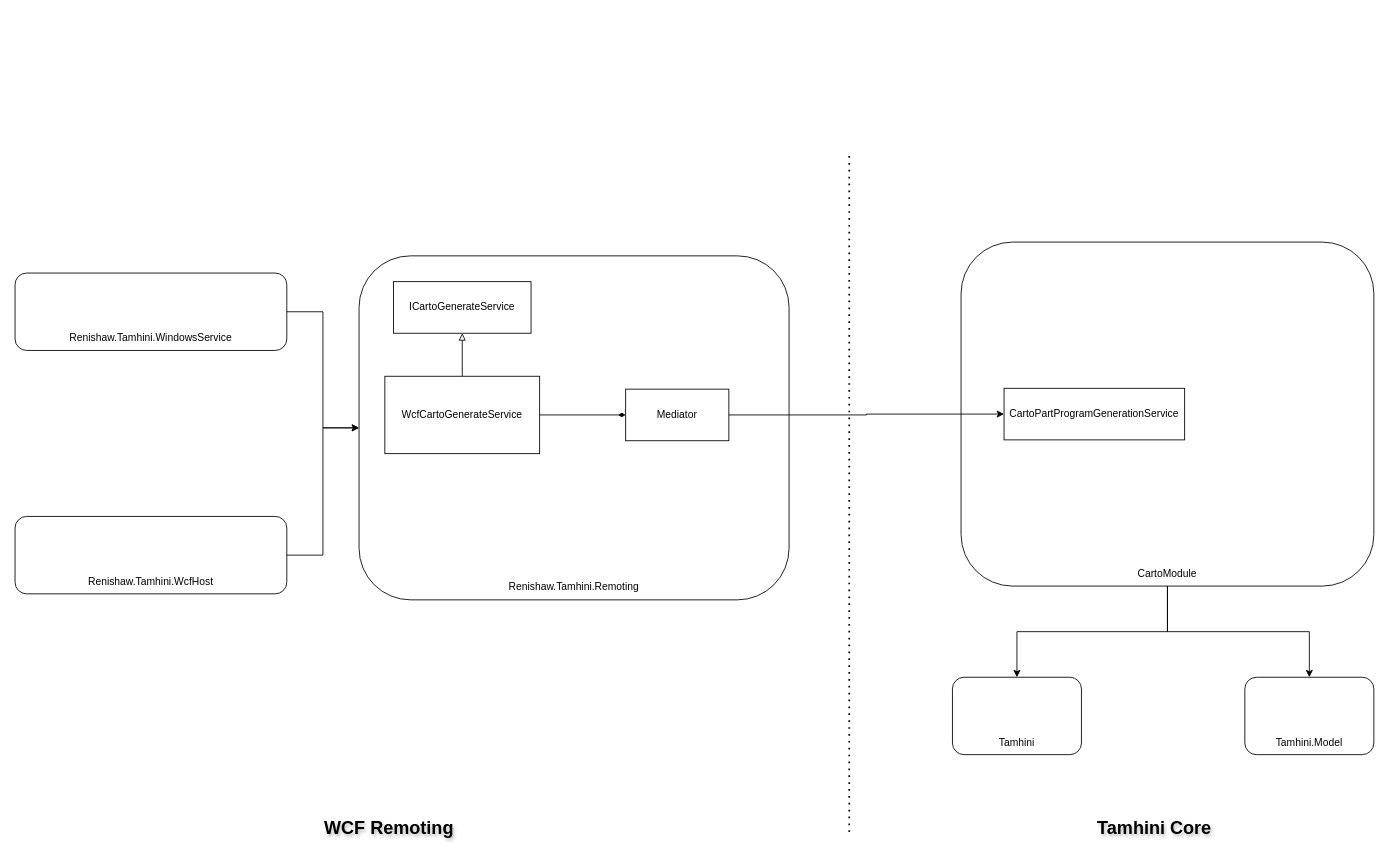
This is Tamhini/Tamhini Design.drawio from AmolSJawalkar/DrawIO, a draw.io file, before an edit. Source tidied: cells renumbered, new cells numbered last; positions are measured from the earlier drawing's top-left corner, leaving out a move shared by most shapes. Both pictures are drawn from the tidied source at 86%, with x=0, y=0 at pixel (15, 152).
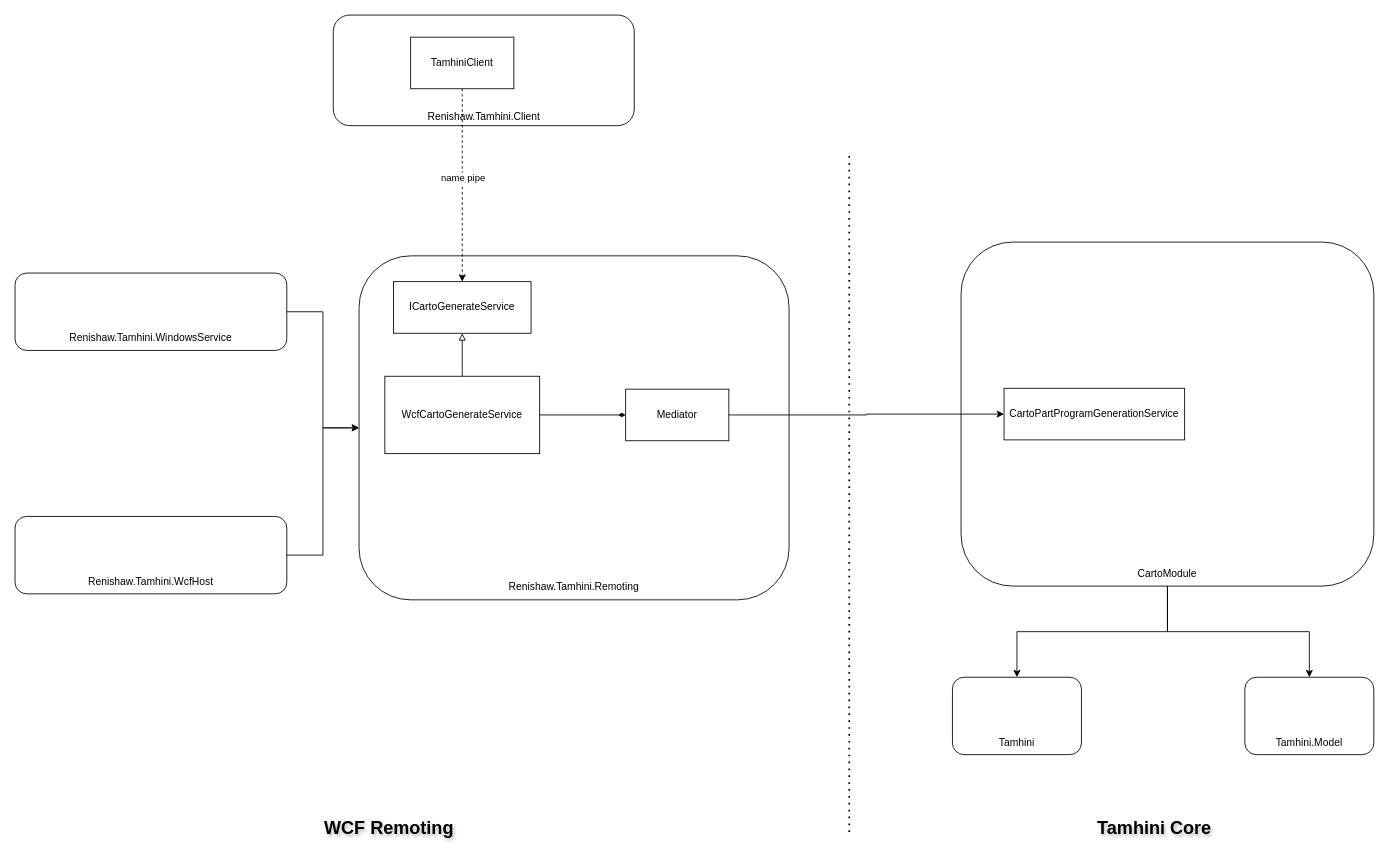
The same diagram, later.

Unchanged cells that the change refers to:
```xml
<mxCell id="5" value="ICartoGenerateService" style="rounded=0;whiteSpace=wrap;html=1;" parent="2" vertex="1">
  <mxGeometry x="40" y="30" width="160" height="60" as="geometry" />
</mxCell>
```

What changed in the source:
```diff
@@
+    <mxCell id="34" style="group;" parent="1" vertex="1">
+      <mxGeometry x="370" y="-160" width="350" height="150" as="geometry" />
+    </mxCell>
+    <mxCell id="35" style="rounded=1;whiteSpace=wrap;html=1;" parent="34" vertex="1">
+      <mxGeometry width="350" height="128.6" as="geometry" />
+    </mxCell>
+    <mxCell id="36" value="Renishaw.Tamhini.Client" style="text;html=1;align=center;verticalAlign=middle;whiteSpace=wrap;rounded=0;" parent="34" vertex="1">
+      <mxGeometry x="116.7" y="85.7" width="116.7" height="64.3" as="geometry" />
+    </mxCell>
+    <mxCell id="37" value="TamhiniClient" style="rounded=0;whiteSpace=wrap;html=1;" parent="34" vertex="1">
+      <mxGeometry x="90" y="25.7" width="120" height="60" as="geometry" />
+    </mxCell>
+    <mxCell id="38" style="edgeStyle=orthogonalEdgeStyle;rounded=0;jettySize=auto;html=1;dashed=1;" parent="1" edge="1" source="37" target="5">
+      <mxGeometry relative="1" as="geometry" />
+    </mxCell>
+    <mxCell id="39" value="name pipe" style="edgeLabel;html=1;align=center;verticalAlign=middle;" parent="38" vertex="1">
+      <mxGeometry x="-0.07" relative="1" as="geometry" />
+    </mxCell>
```
